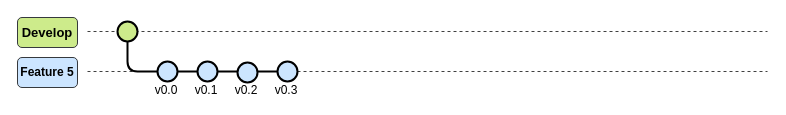
LEOSZ8/Tesis_Msc_LSZ keeps this draw.io diagram as page "Feature5" (2 of 2) of 03_ImagenesRepo/01_GitFlow.drawio. Above is the earlier version. Source tidied: cells renumbered, new cells numbered last; positions are measured from the earlier drawing's top-left corner, leaving out a move shared by most shapes. Both pictures are drawn from the tidied source at 100%, with x=0, y=0 at pixel (17, 17).
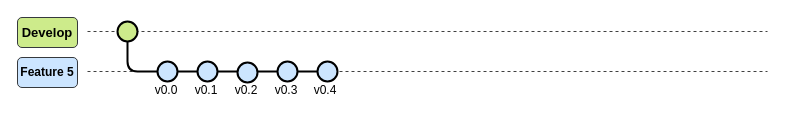
The same diagram, later.

The change refers to these unchanged cells:
```xml
<mxCell id="17" style="ellipse;whiteSpace=wrap;html=1;fillColor=#cce5ff;strokeColor=#000000;strokeWidth=2;" parent="1" vertex="1">
  <mxGeometry x="260" y="44" width="20" height="20" as="geometry" />
</mxCell>
```

The edit, as a diff of the source:
```diff
@@
+    <mxCell id="19" style="edgeStyle=orthogonalEdgeStyle;rounded=0;jettySize=auto;html=1;endArrow=none;startFill=0;strokeWidth=2;" parent="1" edge="1" source="17" target="20">
+      <mxGeometry relative="1" as="geometry" />
+    </mxCell>
@@
+    <mxCell id="20" style="ellipse;whiteSpace=wrap;html=1;fillColor=#cce5ff;strokeColor=#000000;strokeWidth=2;" parent="1" vertex="1">
+      <mxGeometry x="300" y="44" width="20" height="20" as="geometry" />
+    </mxCell>
+    <mxCell id="21" value="v0.4" style="text;html=1;align=center;verticalAlign=middle;whiteSpace=wrap;rounded=0;" parent="1" vertex="1">
+      <mxGeometry x="293" y="67" width="30" height="12" as="geometry" />
+    </mxCell>
```
